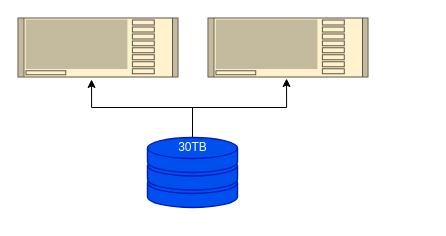
Before: CC Physical Design.drawio in sunixter/draw-io, a draw.io diagram. Source tidied: cells renumbered, new cells numbered last; positions are measured from the earlier drawing's top-left corner, leaving out a move shared by most shapes. Both pictures are drawn from the tidied source at 100%, with x=0, y=0 at pixel (17, 17).
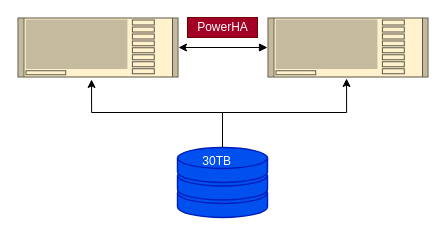
Above is the later version.

What changed in the source:
```diff
@@
 <mxGraphModel background="#ffffff">
   <root>
     <mxCell id="0" />
     <mxCell id="1" parent="0" />
     <mxCell id="2" style="shape=mxgraph.rack.ibm.ibm_x3850_x5;html=1;labelPosition=right;align=left;spacingLeft=15;dashed=0;shadow=0;fillColor=#fff2cc;strokeColor=#d6b656;" parent="1" vertex="1">
       <mxGeometry width="161" height="60" as="geometry" />
     </mxCell>
+    <mxCell id="8" style="edgeStyle=orthogonalEdgeStyle;rounded=0;jettySize=auto;html=1;fontColor=#FFFFFF;startArrow=block;startFill=1;" parent="1" edge="1" source="3" target="2">
+      <mxGeometry relative="1" as="geometry" />
+    </mxCell>
     <mxCell id="3" style="shape=mxgraph.rack.ibm.ibm_x3850_x5;html=1;labelPosition=right;align=left;spacingLeft=15;dashed=0;shadow=0;fillColor=#fff2cc;strokeColor=#d6b656;" parent="1" vertex="1">
-      <mxGeometry x="190" width="161" height="60" as="geometry" />
+      <mxGeometry x="250" width="161" height="60" as="geometry" />
     </mxCell>
     <mxCell id="4" style="edgeStyle=orthogonalEdgeStyle;rounded=0;jettySize=auto;html=1;entryX=0.46;entryY=1.033;entryDx=0;entryDy=0;entryPerimeter=0;" parent="1" edge="1" source="6" target="2">
       <mxGeometry relative="1" as="geometry" />
     </mxCell>
     <mxCell id="5" style="edgeStyle=orthogonalEdgeStyle;rounded=0;jettySize=auto;html=1;entryX=0.491;entryY=1.017;entryDx=0;entryDy=0;entryPerimeter=0;" parent="1" edge="1" source="6" target="3">
       <mxGeometry relative="1" as="geometry" />
     </mxCell>
     <mxCell id="6" style="fontColor=#ffffff;verticalAlign=top;verticalLabelPosition=bottom;labelPosition=center;align=center;html=1;outlineConnect=0;fillColor=#0050ef;strokeColor=#001DBC;gradientDirection=north;strokeWidth=2;shape=mxgraph.networks.storage;" parent="1" vertex="1">
-      <mxGeometry x="130" y="120" width="90" height="70" as="geometry" />
+      <mxGeometry x="160" y="130" width="90" height="70" as="geometry" />
     </mxCell>
-    <mxCell id="7" value="30TB" style="text;html=1;align=center;verticalAlign=middle;fontColor=#FFFFFF;" parent="1" vertex="1">
-      <mxGeometry x="155" y="120" width="40" height="20" as="geometry" />
+    <mxCell id="7" value="30TB" style="text;html=1;align=right;verticalAlign=top;fontColor=#FFFFFF;" parent="1" vertex="1">
+      <mxGeometry x="175" y="130" width="40" height="20" as="geometry" />
     </mxCell>
+    <mxCell id="9" value="PowerHA" style="text;html=1;align=center;verticalAlign=middle;fontColor=#ffffff;fillColor=#a20025;strokeColor=#6F0000;" parent="1" vertex="1">
+      <mxGeometry x="170" width="70" height="20" as="geometry" />
+    </mxCell>
   </root>
 </mxGraphModel>
```
